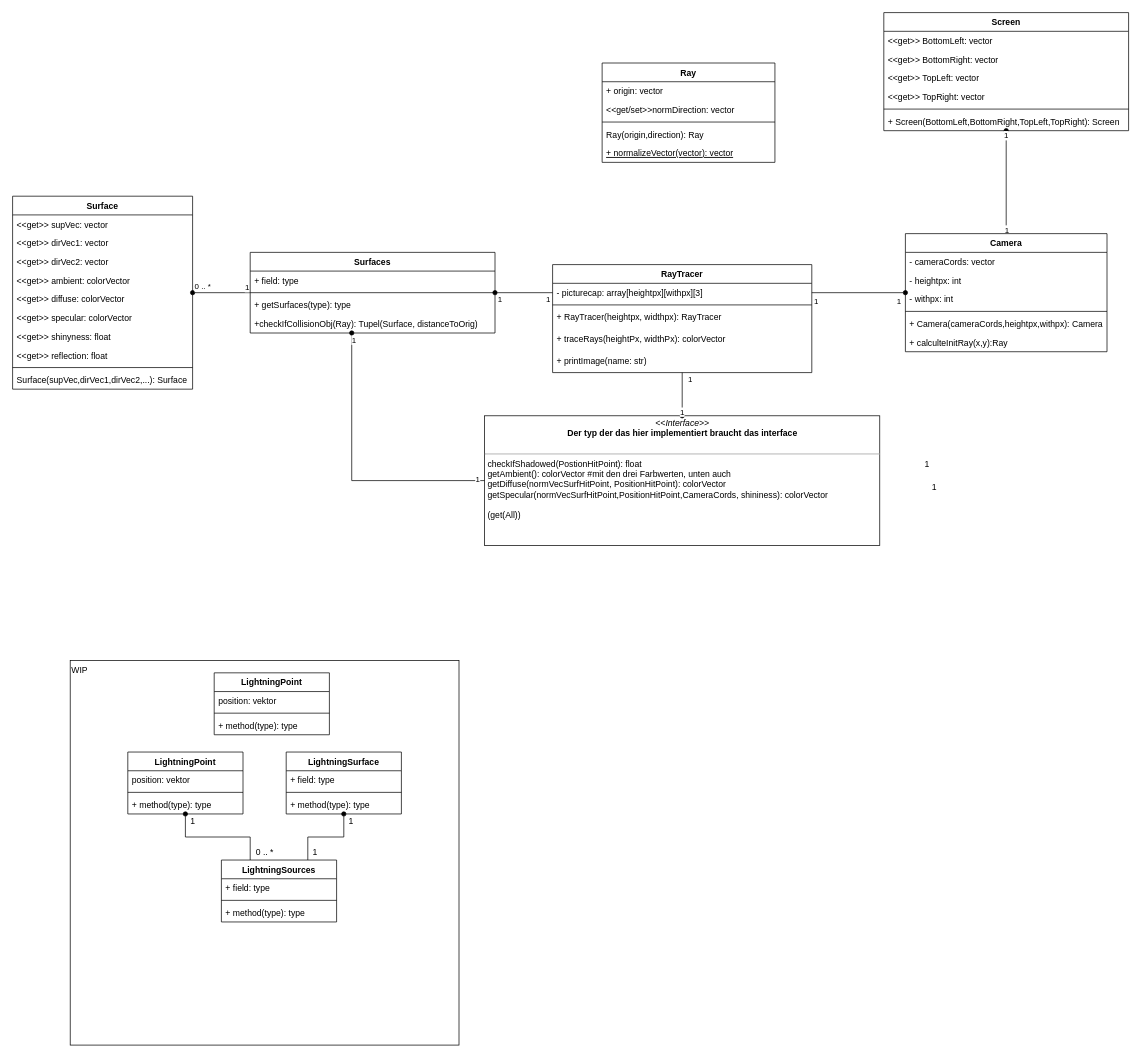
Above: rayclasses.drawio in FreshMax9000/RayTrace (draw.io), before the change. Source tidied: cells renumbered, new cells numbered last; positions are measured from the earlier drawing's top-left corner, leaving out a move shared by most shapes. Both pictures are drawn from the tidied source at 72%, with x=0, y=0 at pixel (12, 12).
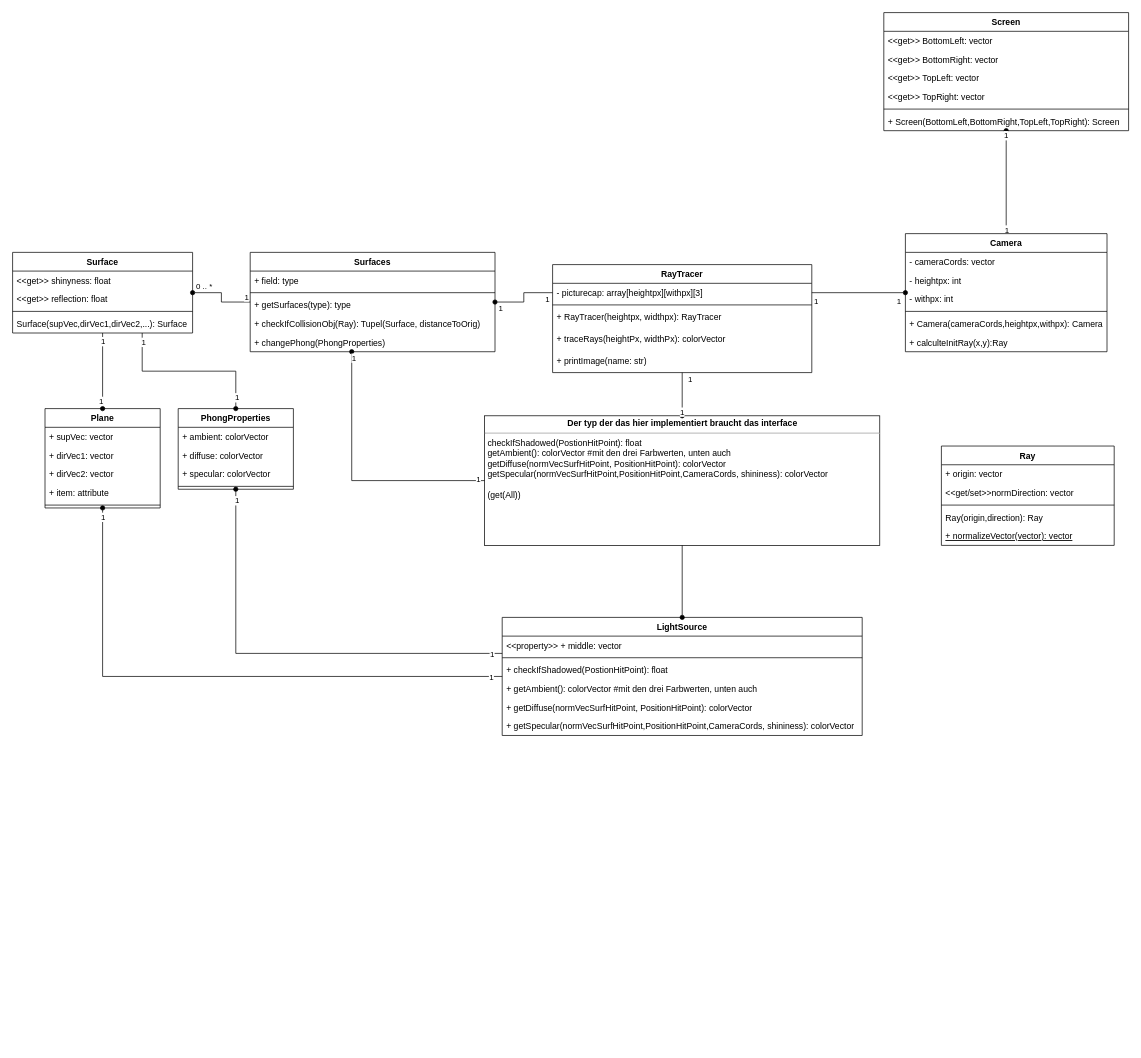
Above is the later version.

Commit message:
Added PhongProperties, Plane and LightSource

Change to the diagram source:
```diff
@@
-    <mxCell id="2" value="WIP" style="rounded=0;whiteSpace=wrap;html=1;align=left;verticalAlign=top;" parent="1" vertex="1">
-      <mxGeometry x="80" y="900" width="540" height="534" as="geometry" />
-    </mxCell>
@@
     <mxCell id="6" value="Surface" style="swimlane;fontStyle=1;align=center;verticalAlign=top;horizontal=1;startSize=26;" parent="1" vertex="1">
-      <mxGeometry y="255" width="250" height="268" as="geometry" />
+      <mxGeometry y="333" width="250" height="112" as="geometry" />
     </mxCell>
-    <mxCell id="7" value="&lt;&lt;get&gt;&gt; supVec: vector&#10;" style="text;strokeColor=none;fillColor=none;align=left;verticalAlign=top;spacingLeft=4;spacingRight=4;overflow=hidden;" parent="6" vertex="1">
-      <mxGeometry y="26" width="250" height="26" as="geometry" />
-    </mxCell>
-    <mxCell id="8" value="&lt;&lt;get&gt;&gt; dirVec1: vector" style="text;strokeColor=none;fillColor=none;align=left;verticalAlign=top;spacingLeft=4;spacingRight=4;overflow=hidden;" parent="6" vertex="1">
-      <mxGeometry y="52" width="250" height="26" as="geometry" />
-    </mxCell>
-    <mxCell id="9" value="&lt;&lt;get&gt;&gt; dirVec2: vector" style="text;strokeColor=none;fillColor=none;align=left;verticalAlign=top;spacingLeft=4;spacingRight=4;overflow=hidden;" parent="6" vertex="1">
-      <mxGeometry y="78" width="250" height="26" as="geometry" />
-    </mxCell>
-    <mxCell id="10" value="&lt;&lt;get&gt;&gt; ambient: colorVector" style="text;strokeColor=none;fillColor=none;align=left;verticalAlign=top;spacingLeft=4;spacingRight=4;overflow=hidden;" parent="6" vertex="1">
-      <mxGeometry y="104" width="250" height="26" as="geometry" />
-    </mxCell>
-    <mxCell id="11" value="&lt;&lt;get&gt;&gt; diffuse: colorVector&#10;" style="text;strokeColor=none;fillColor=none;align=left;verticalAlign=top;spacingLeft=4;spacingRight=4;overflow=hidden;" parent="6" vertex="1">
-      <mxGeometry y="130" width="250" height="26" as="geometry" />
-    </mxCell>
-    <mxCell id="12" value="&lt;&lt;get&gt;&gt; specular: colorVector" style="text;strokeColor=none;fillColor=none;align=left;verticalAlign=top;spacingLeft=4;spacingRight=4;overflow=hidden;" parent="6" vertex="1">
-      <mxGeometry y="156" width="250" height="26" as="geometry" />
-    </mxCell>
     <mxCell id="13" value="&lt;&lt;get&gt;&gt; shinyness: float" style="text;strokeColor=none;fillColor=none;align=left;verticalAlign=top;spacingLeft=4;spacingRight=4;overflow=hidden;" parent="6" vertex="1">
-      <mxGeometry y="182" width="250" height="26" as="geometry" />
+      <mxGeometry y="26" width="250" height="26" as="geometry" />
     </mxCell>
     <mxCell id="14" value="&lt;&lt;get&gt;&gt; reflection: float" style="text;strokeColor=none;fillColor=none;align=left;verticalAlign=top;spacingLeft=4;spacingRight=4;overflow=hidden;" parent="6" vertex="1">
-      <mxGeometry y="208" width="250" height="26" as="geometry" />
+      <mxGeometry y="52" width="250" height="26" as="geometry" />
     </mxCell>
     <mxCell id="15" style="line;strokeWidth=1;fillColor=none;align=left;verticalAlign=middle;spacingTop=-1;spacingLeft=3;spacingRight=3;labelPosition=right;" parent="6" vertex="1">
-      <mxGeometry y="234" width="250" height="8" as="geometry" />
+      <mxGeometry y="78" width="250" height="8" as="geometry" />
     </mxCell>
     <mxCell id="16" value="Surface(supVec,dirVec1,dirVec2,...): Surface" style="text;strokeColor=none;fillColor=none;align=left;verticalAlign=top;spacingLeft=4;spacingRight=4;overflow=hidden;" parent="6" vertex="1">
-      <mxGeometry y="242" width="250" height="26" as="geometry" />
+      <mxGeometry y="86" width="250" height="26" as="geometry" />
     </mxCell>
     <mxCell id="17" value="Ray" style="swimlane;fontStyle=1;align=center;verticalAlign=top;horizontal=1;startSize=26;" parent="1" vertex="1">
-      <mxGeometry x="818.8" y="70" width="240" height="138" as="geometry" />
+      <mxGeometry x="1290" y="602" width="240" height="138" as="geometry" />
     </mxCell>
@@
-    <mxCell id="30" value="LightningPoint" style="swimlane;fontStyle=1;align=center;verticalAlign=top;horizontal=1;startSize=26;" parent="1" vertex="1">
-      <mxGeometry x="160" y="1027" width="160" height="86" as="geometry" />
-    </mxCell>
-    <mxCell id="31" value="position: vektor" style="text;strokeColor=none;fillColor=none;align=left;verticalAlign=top;spacingLeft=4;spacingRight=4;overflow=hidden;" parent="30" vertex="1">
-      <mxGeometry y="26" width="160" height="26" as="geometry" />
-    </mxCell>
-    <mxCell id="32" style="line;strokeWidth=1;fillColor=none;align=left;verticalAlign=middle;spacingTop=-1;spacingLeft=3;spacingRight=3;labelPosition=right;" parent="30" vertex="1">
-      <mxGeometry y="52" width="160" height="8" as="geometry" />
-    </mxCell>
-    <mxCell id="33" value="+ method(type): type" style="text;strokeColor=none;fillColor=none;align=left;verticalAlign=top;spacingLeft=4;spacingRight=4;overflow=hidden;" parent="30" vertex="1">
-      <mxGeometry y="60" width="160" height="26" as="geometry" />
-    </mxCell>
-    <mxCell id="34" value="LightningSurface" style="swimlane;fontStyle=1;align=center;verticalAlign=top;horizontal=1;startSize=26;" parent="1" vertex="1">
-      <mxGeometry x="380" y="1027" width="160" height="86" as="geometry" />
-    </mxCell>
-    <mxCell id="35" value="+ field: type" style="text;strokeColor=none;fillColor=none;align=left;verticalAlign=top;spacingLeft=4;spacingRight=4;overflow=hidden;" parent="34" vertex="1">
-      <mxGeometry y="26" width="160" height="26" as="geometry" />
-    </mxCell>
-    <mxCell id="36" style="line;strokeWidth=1;fillColor=none;align=left;verticalAlign=middle;spacingTop=-1;spacingLeft=3;spacingRight=3;labelPosition=right;" parent="34" vertex="1">
-      <mxGeometry y="52" width="160" height="8" as="geometry" />
-    </mxCell>
-    <mxCell id="37" value="+ method(type): type" style="text;strokeColor=none;fillColor=none;align=left;verticalAlign=top;spacingLeft=4;spacingRight=4;overflow=hidden;" parent="34" vertex="1">
-      <mxGeometry y="60" width="160" height="26" as="geometry" />
-    </mxCell>
-    <mxCell id="38" style="edgeStyle=orthogonalEdgeStyle;rounded=0;jettySize=auto;html=1;exitX=0.25;exitY=0;exitDx=0;exitDy=0;startArrow=none;startFill=0;endArrow=oval;endFill=1;" parent="1" edge="1" source="40" target="30">
-      <mxGeometry relative="1" as="geometry" />
-    </mxCell>
-    <mxCell id="39" style="edgeStyle=orthogonalEdgeStyle;rounded=0;jettySize=auto;html=1;exitX=0.75;exitY=0;exitDx=0;exitDy=0;startArrow=none;startFill=0;endArrow=oval;endFill=1;" parent="1" edge="1" source="40" target="34">
-      <mxGeometry relative="1" as="geometry" />
-    </mxCell>
-    <mxCell id="40" value="LightningSources" style="swimlane;fontStyle=1;align=center;verticalAlign=top;horizontal=1;startSize=26;" parent="1" vertex="1">
-      <mxGeometry x="290" y="1177" width="160" height="86" as="geometry" />
-    </mxCell>
-    <mxCell id="41" value="+ field: type" style="text;strokeColor=none;fillColor=none;align=left;verticalAlign=top;spacingLeft=4;spacingRight=4;overflow=hidden;" parent="40" vertex="1">
-      <mxGeometry y="26" width="160" height="26" as="geometry" />
-    </mxCell>
-    <mxCell id="42" style="line;strokeWidth=1;fillColor=none;align=left;verticalAlign=middle;spacingTop=-1;spacingLeft=3;spacingRight=3;labelPosition=right;" parent="40" vertex="1">
-      <mxGeometry y="52" width="160" height="8" as="geometry" />
-    </mxCell>
-    <mxCell id="43" value="+ method(type): type" style="text;strokeColor=none;fillColor=none;align=left;verticalAlign=top;spacingLeft=4;spacingRight=4;overflow=hidden;" parent="40" vertex="1">
-      <mxGeometry y="60" width="160" height="26" as="geometry" />
-    </mxCell>
-    <mxCell id="44" value="1" style="text;html=1;align=center;verticalAlign=middle;" parent="1" vertex="1">
-      <mxGeometry x="240" y="1113" width="20" height="20" as="geometry" />
-    </mxCell>
-    <mxCell id="45" value="0 .. *" style="text;html=1;align=center;verticalAlign=middle;" parent="1" vertex="1">
-      <mxGeometry x="330" y="1157" width="40" height="20" as="geometry" />
-    </mxCell>
@@
-    <mxCell id="62" value="1" style="text;html=1;align=center;verticalAlign=middle;" parent="1" vertex="1">
-      <mxGeometry x="460" y="1113" width="20" height="20" as="geometry" />
-    </mxCell>
-    <mxCell id="63" value="1" style="text;html=1;align=center;verticalAlign=middle;" parent="1" vertex="1">
-      <mxGeometry x="410" y="1157" width="20" height="20" as="geometry" />
-    </mxCell>
-    <mxCell id="64" value="1" style="text;html=1;align=center;verticalAlign=middle;" parent="1" vertex="1">
-      <mxGeometry x="1270" y="650" width="20" height="20" as="geometry" />
-    </mxCell>
-    <mxCell id="65" value="1" style="text;html=1;align=center;verticalAlign=middle;" parent="1" vertex="1">
-      <mxGeometry x="1260" y="618" width="20" height="20" as="geometry" />
-    </mxCell>
-    <mxCell id="66" value="LightningPoint" style="swimlane;fontStyle=1;align=center;verticalAlign=top;horizontal=1;startSize=26;" parent="1" vertex="1">
-      <mxGeometry x="280" y="917" width="160" height="86" as="geometry" />
-    </mxCell>
-    <mxCell id="67" value="position: vektor" style="text;strokeColor=none;fillColor=none;align=left;verticalAlign=top;spacingLeft=4;spacingRight=4;overflow=hidden;" parent="66" vertex="1">
-      <mxGeometry y="26" width="160" height="26" as="geometry" />
-    </mxCell>
-    <mxCell id="68" style="line;strokeWidth=1;fillColor=none;align=left;verticalAlign=middle;spacingTop=-1;spacingLeft=3;spacingRight=3;labelPosition=right;" parent="66" vertex="1">
-      <mxGeometry y="52" width="160" height="8" as="geometry" />
-    </mxCell>
-    <mxCell id="69" value="+ method(type): type" style="text;strokeColor=none;fillColor=none;align=left;verticalAlign=top;spacingLeft=4;spacingRight=4;overflow=hidden;" parent="66" vertex="1">
-      <mxGeometry y="60" width="160" height="26" as="geometry" />
-    </mxCell>
-    <mxCell id="70" value="&lt;p style=&quot;margin: 0px ; margin-top: 4px ; text-align: center&quot;&gt;&lt;i&gt;&amp;lt;&amp;lt;Interface&amp;gt;&amp;gt;&lt;/i&gt;&lt;br&gt;&lt;b&gt;Der typ der das hier implementiert braucht das interface&lt;/b&gt;&lt;/p&gt;&lt;p style=&quot;margin: 0px ; margin-left: 4px&quot;&gt;&lt;br&gt;&lt;/p&gt;&lt;hr size=&quot;1&quot;&gt;&lt;p style=&quot;margin: 0px ; margin-left: 4px&quot;&gt;checkIfShadowed(PostionHitPoint): float&lt;br&gt;&lt;/p&gt;&lt;p style=&quot;margin: 0px ; margin-left: 4px&quot;&gt;getAmbient(): colorVector #mit den drei Farbwerten, unten auch&lt;/p&gt;&lt;p style=&quot;margin: 0px ; margin-left: 4px&quot;&gt;getDiffuse(normVecSurfHitPoint, PositionHitPoint): colorVector&lt;/p&gt;&lt;p style=&quot;margin: 0px ; margin-left: 4px&quot;&gt;getSpecular(normVecSurfHitPoint,PositionHitPoint,CameraCords, shininess): colorVector&lt;/p&gt;&lt;p style=&quot;margin: 0px ; margin-left: 4px&quot;&gt;&lt;br&gt;&lt;/p&gt;&lt;p style=&quot;margin: 0px ; margin-left: 4px&quot;&gt;(get(All))&lt;br&gt;&lt;/p&gt;" style="verticalAlign=top;align=left;overflow=fill;fontSize=12;fontFamily=Helvetica;html=1;" parent="1" vertex="1">
+    <mxCell id="70" value="&lt;p style=&quot;margin: 0px ; margin-top: 4px ; text-align: center&quot;&gt;&lt;b&gt;Der typ der das hier implementiert braucht das interface&lt;/b&gt;&lt;/p&gt;&lt;hr size=&quot;1&quot;&gt;&lt;p style=&quot;margin: 0px ; margin-left: 4px&quot;&gt;checkIfShadowed(PostionHitPoint): float&lt;br&gt;&lt;/p&gt;&lt;p style=&quot;margin: 0px ; margin-left: 4px&quot;&gt;getAmbient(): colorVector #mit den drei Farbwerten, unten auch&lt;/p&gt;&lt;p style=&quot;margin: 0px ; margin-left: 4px&quot;&gt;getDiffuse(normVecSurfHitPoint, PositionHitPoint): colorVector&lt;/p&gt;&lt;p style=&quot;margin: 0px ; margin-left: 4px&quot;&gt;getSpecular(normVecSurfHitPoint,PositionHitPoint,CameraCords, shininess): colorVector&lt;/p&gt;&lt;p style=&quot;margin: 0px ; margin-left: 4px&quot;&gt;&lt;br&gt;&lt;/p&gt;&lt;p style=&quot;margin: 0px ; margin-left: 4px&quot;&gt;(get(All))&lt;br&gt;&lt;/p&gt;" style="verticalAlign=top;align=left;overflow=fill;fontSize=12;fontFamily=Helvetica;html=1;" parent="1" vertex="1">
       <mxGeometry x="655.6" y="560" width="548.8" height="180" as="geometry" />
     </mxCell>
     <mxCell id="71" value="Surfaces" style="swimlane;fontStyle=1;align=center;verticalAlign=top;horizontal=1;startSize=26;" parent="1" vertex="1">
-      <mxGeometry x="330" y="333" width="340" height="112" as="geometry" />
+      <mxGeometry x="330" y="333" width="340" height="138" as="geometry" />
     </mxCell>
@@
-    <mxCell id="75" value="+checkIfCollisionObj(Ray): Tupel(Surface, distanceToOrig)" style="text;strokeColor=none;fillColor=none;align=left;verticalAlign=top;spacingLeft=4;spacingRight=4;overflow=hidden;" parent="71" vertex="1">
+    <mxCell id="75" value="+ checkIfCollisionObj(Ray): Tupel(Surface, distanceToOrig)" style="text;strokeColor=none;fillColor=none;align=left;verticalAlign=top;spacingLeft=4;spacingRight=4;overflow=hidden;" parent="71" vertex="1">
       <mxGeometry y="86" width="340" height="26" as="geometry" />
     </mxCell>
+    <mxCell id="88" value="+ changePhong(PhongProperties)" style="text;strokeColor=none;fillColor=none;align=left;verticalAlign=top;spacingLeft=4;spacingRight=4;overflow=hidden;" parent="71" vertex="1">
+      <mxGeometry y="112" width="340" height="26" as="geometry" />
+    </mxCell>
@@
+    <mxCell id="89" style="edgeStyle=orthogonalEdgeStyle;rounded=0;jettySize=auto;html=1;exitX=0.5;exitY=1;exitDx=0;exitDy=0;startArrow=oval;startFill=1;endArrow=none;endFill=0;" parent="1" edge="1" source="92" target="101">
+      <mxGeometry relative="1" as="geometry">
+        <Array as="points">
+          <mxPoint x="125" y="922" />
+        </Array>
+      </mxGeometry>
+    </mxCell>
+    <mxCell id="90" value="1" style="edgeLabel;html=1;align=center;verticalAlign=middle;" parent="89" vertex="1">
+      <mxGeometry x="-0.97" relative="1" as="geometry" />
+    </mxCell>
+    <mxCell id="91" value="1" style="edgeLabel;html=1;align=center;verticalAlign=middle;" parent="89" vertex="1">
+      <mxGeometry x="0.96" relative="1" as="geometry" />
+    </mxCell>
+    <mxCell id="92" value="Plane" style="swimlane;fontStyle=1;align=center;verticalAlign=top;horizontal=1;startSize=26;" parent="1" vertex="1">
+      <mxGeometry x="45" y="550" width="160" height="138" as="geometry" />
+    </mxCell>
+    <mxCell id="93" value="+ supVec: vector" style="text;strokeColor=none;fillColor=none;align=left;verticalAlign=top;spacingLeft=4;spacingRight=4;overflow=hidden;" parent="92" vertex="1">
+      <mxGeometry y="26" width="160" height="26" as="geometry" />
+    </mxCell>
+    <mxCell id="94" value="+ dirVec1: vector" style="text;strokeColor=none;fillColor=none;align=left;verticalAlign=top;spacingLeft=4;spacingRight=4;overflow=hidden;" parent="92" vertex="1">
+      <mxGeometry y="52" width="160" height="26" as="geometry" />
+    </mxCell>
+    <mxCell id="95" value="+ dirVec2: vector" style="text;strokeColor=none;fillColor=none;align=left;verticalAlign=top;spacingLeft=4;spacingRight=4;overflow=hidden;" parent="92" vertex="1">
+      <mxGeometry y="78" width="160" height="26" as="geometry" />
+    </mxCell>
+    <mxCell id="96" value="+ item: attribute" style="text;strokeColor=none;fillColor=none;align=left;verticalAlign=top;spacingLeft=4;spacingRight=4;overflow=hidden;" parent="92" vertex="1">
+      <mxGeometry y="104" width="160" height="26" as="geometry" />
+    </mxCell>
+    <mxCell id="97" style="line;strokeWidth=1;fillColor=none;align=left;verticalAlign=middle;spacingTop=-1;spacingLeft=3;spacingRight=3;labelPosition=right;" parent="92" vertex="1">
+      <mxGeometry y="130" width="160" height="8" as="geometry" />
+    </mxCell>
+    <mxCell id="98" style="edgeStyle=orthogonalEdgeStyle;rounded=0;jettySize=auto;html=1;exitX=0.5;exitY=1;exitDx=0;exitDy=0;startArrow=none;startFill=0;endArrow=oval;endFill=1;entryX=0.5;entryY=0;entryDx=0;entryDy=0;" parent="1" edge="1" source="6" target="92">
+      <mxGeometry relative="1" as="geometry">
+        <Array as="points">
+          <mxPoint x="125" y="520" />
+          <mxPoint x="125" y="520" />
+        </Array>
+      </mxGeometry>
+    </mxCell>
+    <mxCell id="99" value="1" style="edgeLabel;html=1;align=center;verticalAlign=middle;" parent="98" vertex="1">
+      <mxGeometry x="-0.79" relative="1" as="geometry" />
+    </mxCell>
+    <mxCell id="100" value="1" style="edgeLabel;html=1;align=center;verticalAlign=middle;" parent="98" vertex="1">
+      <mxGeometry x="0.79" y="-3" relative="1" as="geometry" />
+    </mxCell>
+    <mxCell id="101" value="LightSource" style="swimlane;fontStyle=1;align=center;verticalAlign=top;horizontal=1;startSize=26;" parent="1" vertex="1">
+      <mxGeometry x="680" y="840" width="500" height="164" as="geometry" />
+    </mxCell>
+    <mxCell id="102" value="&lt;&lt;property&gt;&gt; + middle: vector" style="text;strokeColor=none;fillColor=none;align=left;verticalAlign=top;spacingLeft=4;spacingRight=4;overflow=hidden;" parent="101" vertex="1">
+      <mxGeometry y="26" width="500" height="26" as="geometry" />
+    </mxCell>
+    <mxCell id="103" style="line;strokeWidth=1;fillColor=none;align=left;verticalAlign=middle;spacingTop=-1;spacingLeft=3;spacingRight=3;labelPosition=right;" parent="101" vertex="1">
+      <mxGeometry y="52" width="500" height="8" as="geometry" />
+    </mxCell>
+    <mxCell id="104" value="+ checkIfShadowed(PostionHitPoint): float" style="text;strokeColor=none;fillColor=none;align=left;verticalAlign=top;spacingLeft=4;spacingRight=4;overflow=hidden;" parent="101" vertex="1">
+      <mxGeometry y="60" width="500" height="26" as="geometry" />
+    </mxCell>
+    <mxCell id="105" value="+ getAmbient(): colorVector #mit den drei Farbwerten, unten auch" style="text;strokeColor=none;fillColor=none;align=left;verticalAlign=top;spacingLeft=4;spacingRight=4;overflow=hidden;" parent="101" vertex="1">
+      <mxGeometry y="86" width="500" height="26" as="geometry" />
+    </mxCell>
+    <mxCell id="106" value="+ getDiffuse(normVecSurfHitPoint, PositionHitPoint): colorVector" style="text;strokeColor=none;fillColor=none;align=left;verticalAlign=top;spacingLeft=4;spacingRight=4;overflow=hidden;" parent="101" vertex="1">
+      <mxGeometry y="112" width="500" height="26" as="geometry" />
+    </mxCell>
+    <mxCell id="107" value="+ getSpecular(normVecSurfHitPoint,PositionHitPoint,CameraCords, shininess): colorVector" style="text;strokeColor=none;fillColor=none;align=left;verticalAlign=top;spacingLeft=4;spacingRight=4;overflow=hidden;" parent="101" vertex="1">
+      <mxGeometry y="138" width="500" height="26" as="geometry" />
+    </mxCell>
+    <mxCell id="108" style="edgeStyle=orthogonalEdgeStyle;rounded=0;jettySize=auto;html=1;exitX=0.5;exitY=1;exitDx=0;exitDy=0;startArrow=oval;startFill=1;endArrow=none;endFill=0;" parent="1" edge="1" source="111" target="101">
+      <mxGeometry relative="1" as="geometry">
+        <Array as="points">
+          <mxPoint x="310" y="890" />
+        </Array>
+      </mxGeometry>
+    </mxCell>
+    <mxCell id="109" value="1" style="edgeLabel;html=1;align=center;verticalAlign=middle;" parent="108" vertex="1">
+      <mxGeometry x="-0.95" y="1" relative="1" as="geometry" />
+    </mxCell>
+    <mxCell id="110" value="1" style="edgeLabel;html=1;align=center;verticalAlign=middle;" parent="108" vertex="1">
+      <mxGeometry x="0.95" y="-1" relative="1" as="geometry" />
+    </mxCell>
+    <mxCell id="111" value="PhongProperties" style="swimlane;fontStyle=1;align=center;verticalAlign=top;horizontal=1;startSize=26;" parent="1" vertex="1">
+      <mxGeometry x="230" y="550" width="160" height="112" as="geometry" />
+    </mxCell>
+    <mxCell id="112" value="+ ambient: colorVector" style="text;strokeColor=none;fillColor=none;align=left;verticalAlign=top;spacingLeft=4;spacingRight=4;overflow=hidden;" parent="111" vertex="1">
+      <mxGeometry y="26" width="160" height="26" as="geometry" />
+    </mxCell>
+    <mxCell id="113" value="+ diffuse: colorVector" style="text;strokeColor=none;fillColor=none;align=left;verticalAlign=top;spacingLeft=4;spacingRight=4;overflow=hidden;" parent="111" vertex="1">
+      <mxGeometry y="52" width="160" height="26" as="geometry" />
+    </mxCell>
+    <mxCell id="114" value="+ specular: colorVector" style="text;strokeColor=none;fillColor=none;align=left;verticalAlign=top;spacingLeft=4;spacingRight=4;overflow=hidden;" parent="111" vertex="1">
+      <mxGeometry y="78" width="160" height="26" as="geometry" />
+    </mxCell>
+    <mxCell id="115" style="line;strokeWidth=1;fillColor=none;align=left;verticalAlign=middle;spacingTop=-1;spacingLeft=3;spacingRight=3;labelPosition=right;" parent="111" vertex="1">
+      <mxGeometry y="104" width="160" height="8" as="geometry" />
+    </mxCell>
+    <mxCell id="116" style="edgeStyle=orthogonalEdgeStyle;rounded=0;jettySize=auto;html=1;exitX=0.5;exitY=0;exitDx=0;exitDy=0;startArrow=oval;startFill=1;endArrow=none;endFill=0;" parent="1" edge="1" source="111" target="6">
+      <mxGeometry relative="1" as="geometry">
+        <Array as="points">
+          <mxPoint x="310" y="498" />
+          <mxPoint x="180" y="498" />
+        </Array>
+      </mxGeometry>
+    </mxCell>
+    <mxCell id="117" value="1" style="edgeLabel;html=1;align=center;verticalAlign=middle;" parent="116" vertex="1">
+      <mxGeometry x="0.9" y="-1" relative="1" as="geometry" />
+    </mxCell>
+    <mxCell id="118" value="1" style="edgeLabel;html=1;align=center;verticalAlign=middle;" parent="116" vertex="1">
+      <mxGeometry x="-0.86" y="-1" relative="1" as="geometry" />
+    </mxCell>
+    <mxCell id="119" style="edgeStyle=orthogonalEdgeStyle;rounded=0;jettySize=auto;html=1;exitX=0.5;exitY=0;exitDx=0;exitDy=0;startArrow=oval;startFill=1;endArrow=none;endFill=0;" parent="1" edge="1" source="101" target="70">
+      <mxGeometry relative="1" as="geometry" />
+    </mxCell>
```
